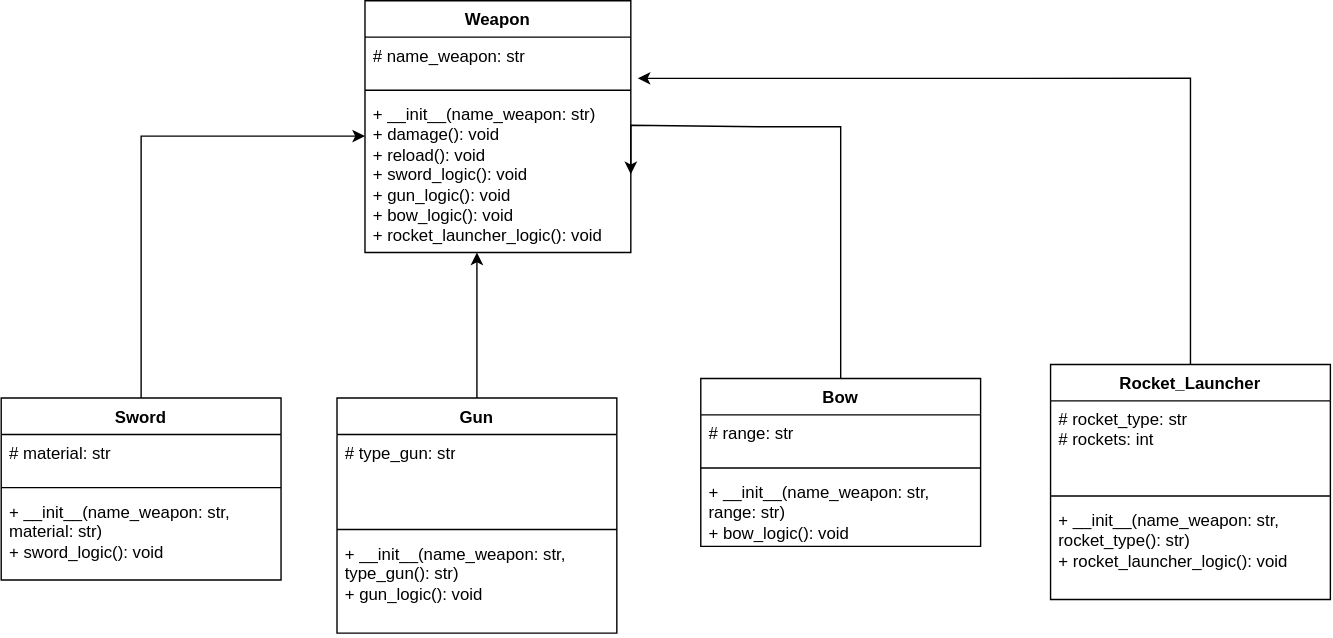
Above: Lab_act3.drawio.svg in lukebaldovino/Lab_act3 (draw.io), before the change. Source tidied: cells renumbered, new cells last; positions are measured from the earlier drawing's top-left corner, leaving out a move shared by most shapes.
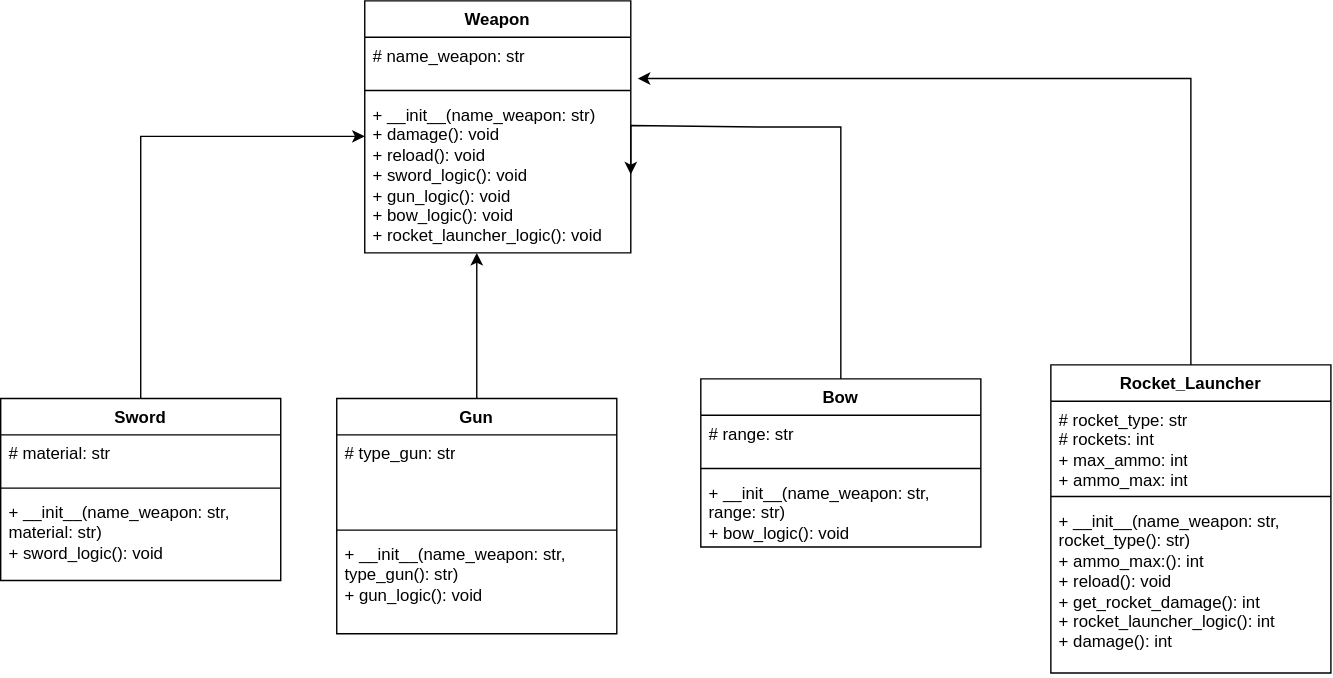
After the commit.

The edit, as a diff of the source:
```diff
@@ -71,16 +71,16 @@
       <mxGeometry relative="1" as="geometry" />
     </mxCell>
     <mxCell id="21" value="Rocket_Launcher" style="swimlane;fontStyle=1;align=center;verticalAlign=top;horizontal=1;startSize=26;whiteSpace=wrap;html=1;" parent="1" vertex="1">
-      <mxGeometry x="750" y="260" width="200" height="168" as="geometry" />
+      <mxGeometry x="750" y="260" width="200" height="220" as="geometry" />
     </mxCell>
-    <mxCell id="22" value="&lt;div&gt;# rocket_type: str&lt;/div&gt;&lt;div&gt;# rockets: int&lt;/div&gt;" style="text;strokeColor=none;fillColor=none;align=left;verticalAlign=top;spacingLeft=4;spacingRight=4;overflow=hidden;whiteSpace=wrap;html=1;" parent="21" vertex="1">
+    <mxCell id="22" value="&lt;div&gt;# rocket_type: str&lt;/div&gt;&lt;div&gt;# rockets: int&lt;/div&gt;&lt;div&gt;+ max_ammo: int&lt;/div&gt;&lt;div&gt;+ ammo_max: int&lt;/div&gt;" style="text;strokeColor=none;fillColor=none;align=left;verticalAlign=top;spacingLeft=4;spacingRight=4;overflow=hidden;whiteSpace=wrap;html=1;" parent="21" vertex="1">
       <mxGeometry y="26" width="200" height="64" as="geometry" />
     </mxCell>
     <mxCell id="23" style="line;strokeWidth=1;fillColor=none;align=left;verticalAlign=middle;spacingTop=-1;spacingLeft=3;spacingRight=3;labelPosition=right;strokeColor=inherit;" parent="21" vertex="1">
       <mxGeometry y="90" width="200" height="8" as="geometry" />
     </mxCell>
-    <mxCell id="24" value="&lt;div&gt;&lt;div&gt;&lt;span style=&quot;background-color: transparent; color: light-dark(rgb(0, 0, 0), rgb(255, 255, 255));&quot;&gt;+ __init__(name_weapon: str, rocket_type(): str)&lt;/span&gt;&lt;/div&gt;&lt;/div&gt;&lt;div&gt;+ rocket_launcher_logic(): void&lt;/div&gt;" style="text;strokeColor=none;fillColor=none;align=left;verticalAlign=top;spacingLeft=4;spacingRight=4;overflow=hidden;whiteSpace=wrap;html=1;" parent="21" vertex="1">
-      <mxGeometry y="98" width="200" height="70" as="geometry" />
+    <mxCell id="24" value="&lt;div&gt;&lt;div&gt;&lt;span style=&quot;background-color: transparent; color: light-dark(rgb(0, 0, 0), rgb(255, 255, 255));&quot;&gt;+ __init__(name_weapon: str, rocket_type(): str)&lt;/span&gt;&lt;/div&gt;&lt;/div&gt;&lt;div&gt;&lt;span style=&quot;background-color: transparent; color: light-dark(rgb(0, 0, 0), rgb(255, 255, 255));&quot;&gt;+ ammo_max:(): int&lt;/span&gt;&lt;/div&gt;&lt;div&gt;&lt;span style=&quot;background-color: transparent; color: light-dark(rgb(0, 0, 0), rgb(255, 255, 255));&quot;&gt;+ reload(): void&lt;/span&gt;&lt;/div&gt;&lt;div&gt;&lt;span style=&quot;background-color: transparent; color: light-dark(rgb(0, 0, 0), rgb(255, 255, 255));&quot;&gt;+ get_rocket_damage(): int&lt;/span&gt;&lt;/div&gt;&lt;div&gt;&lt;span style=&quot;background-color: transparent; color: light-dark(rgb(0, 0, 0), rgb(255, 255, 255));&quot;&gt;+ rocket_launcher_logic(): int&lt;/span&gt;&lt;/div&gt;&lt;div&gt;+ damage(): int&lt;/div&gt;" style="text;strokeColor=none;fillColor=none;align=left;verticalAlign=top;spacingLeft=4;spacingRight=4;overflow=hidden;whiteSpace=wrap;html=1;" parent="21" vertex="1">
+      <mxGeometry y="98" width="200" height="122" as="geometry" />
     </mxCell>
     <mxCell id="25" style="edgeStyle=orthogonalEdgeStyle;rounded=0;jettySize=auto;html=1;entryX=1.026;entryY=0.868;entryDx=0;entryDy=0;entryPerimeter=0;" parent="1" edge="1" source="21" target="3">
       <mxGeometry relative="1" as="geometry" />
```
